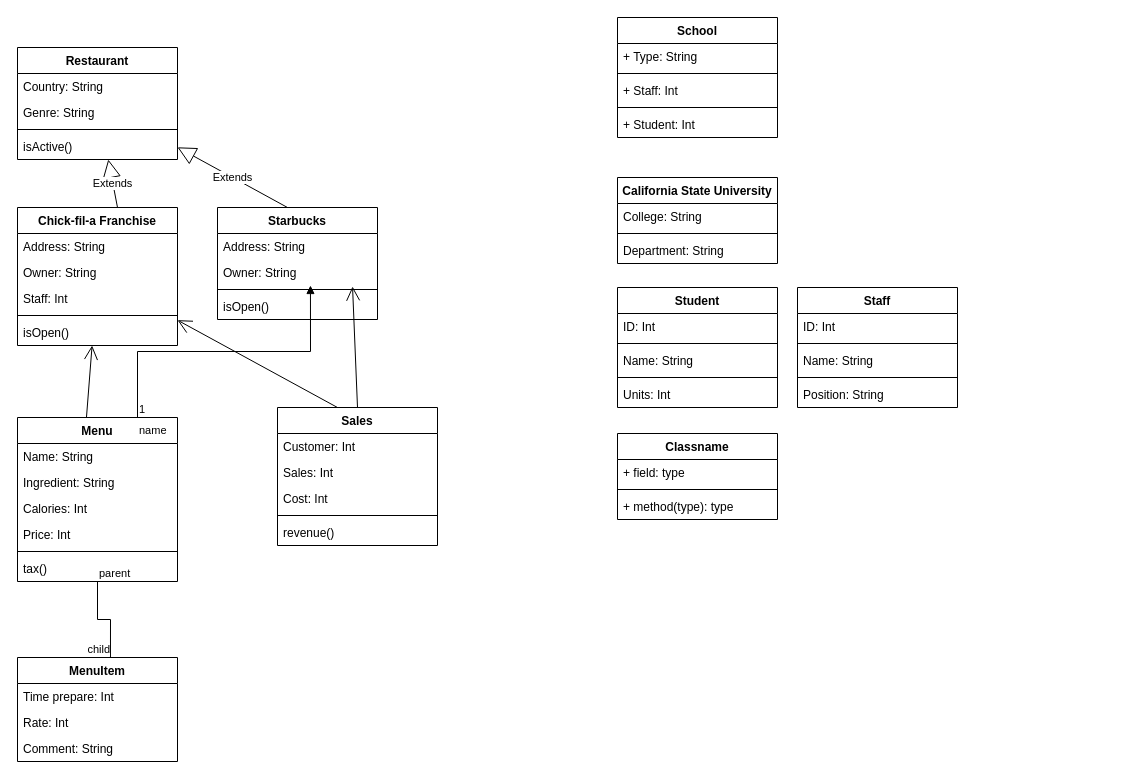
The draw.io diagram diagram/HW1diagram.drawio in ryofuj/CECS-323, before the edit. Source tidied: cells renumbered, new cells numbered last; positions are measured from the earlier drawing's top-left corner, leaving out a move shared by most shapes. Both pictures are drawn from the tidied source at 100%, with x=0, y=0 at pixel (17, 17).
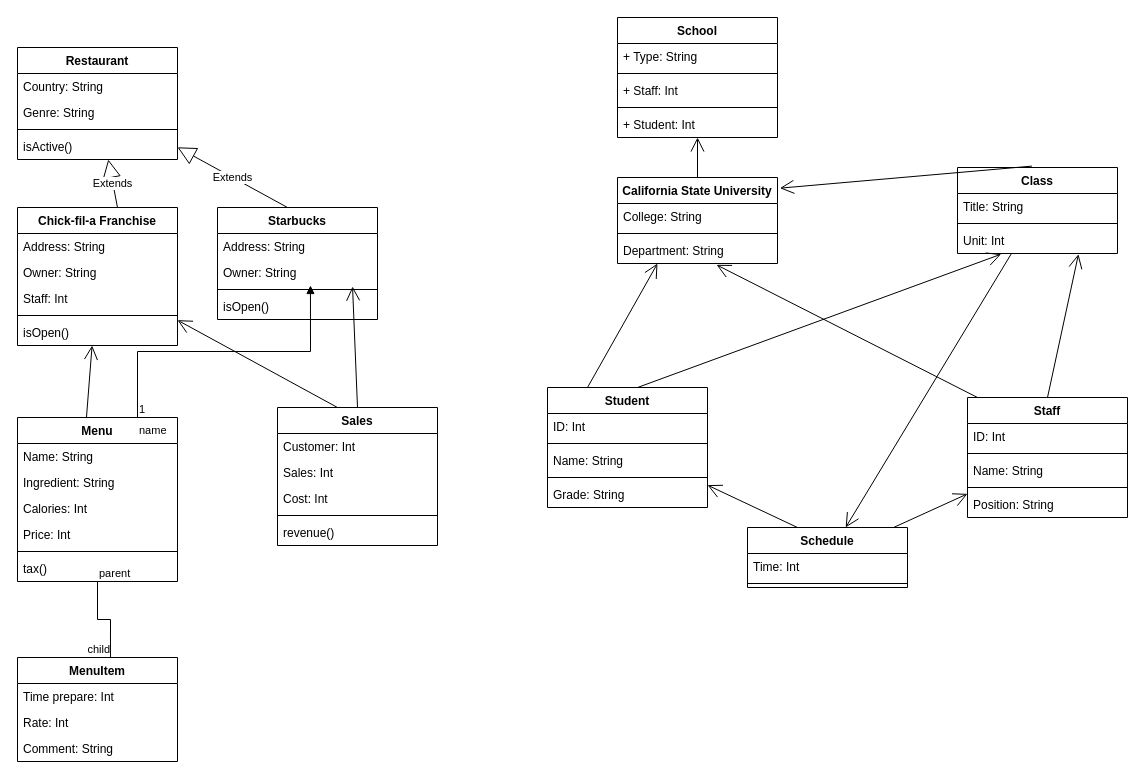
The same page after the edit.

Commit message:
school---Schedule

Unchanged cells that the change refers to:
```xml
<mxCell id="51" value="+ Student: Int" style="text;strokeColor=none;fillColor=none;align=left;verticalAlign=top;spacingLeft=4;spacingRight=4;overflow=hidden;points=[[0,0.5],[1,0.5]];portConstraint=eastwest;" parent="46" vertex="1">
  <mxGeometry y="94" width="160" height="26" as="geometry" />
</mxCell>
<mxCell id="52" value="California State University" style="swimlane;fontStyle=1;align=center;verticalAlign=top;horizontal=1;startSize=26;" parent="1" vertex="1">
  <mxGeometry x="600" y="160" width="160" height="86" as="geometry" />
</mxCell>
<mxCell id="55" value="Department: String" style="text;strokeColor=none;fillColor=none;align=left;verticalAlign=top;spacingLeft=4;spacingRight=4;overflow=hidden;points=[[0,0.5],[1,0.5]];portConstraint=eastwest;" parent="52" vertex="1">
  <mxGeometry y="60" width="160" height="26" as="geometry" />
</mxCell>
```

The edit, as a diff of the source:
```diff
@@
+    <mxCell id="72" style="endArrow=open;endFill=1;endSize=12;html=1;rounded=0;" parent="52" edge="1" target="51">
+      <mxGeometry relative="1" as="geometry">
+        <mxPoint x="80" as="sourcePoint" />
+      </mxGeometry>
+    </mxCell>
@@
     <mxCell id="56" value="Student" style="swimlane;fontStyle=1;align=center;verticalAlign=top;horizontal=1;startSize=26;" parent="1" vertex="1">
-      <mxGeometry x="600" y="270" width="160" height="120" as="geometry" />
+      <mxGeometry x="530" y="370" width="160" height="120" as="geometry" />
     </mxCell>
+    <mxCell id="73" style="endArrow=open;endFill=1;endSize=12;html=1;rounded=0;entryX=0.273;entryY=1.026;entryDx=0;entryDy=0;entryPerimeter=0;" parent="56" edge="1" target="71">
+      <mxGeometry relative="1" as="geometry">
+        <mxPoint x="90" as="sourcePoint" />
+      </mxGeometry>
+    </mxCell>
+    <mxCell id="74" style="endArrow=open;endFill=1;endSize=12;html=1;rounded=0;entryX=0.25;entryY=1;entryDx=0;entryDy=0;" parent="56" edge="1" target="52">
+      <mxGeometry relative="1" as="geometry">
+        <mxPoint x="40" as="sourcePoint" />
+      </mxGeometry>
+    </mxCell>
@@
-    <mxCell id="61" value="Units: Int" style="text;strokeColor=none;fillColor=none;align=left;verticalAlign=top;spacingLeft=4;spacingRight=4;overflow=hidden;" parent="56" vertex="1">
+    <mxCell id="61" value="Grade: String" style="text;strokeColor=none;fillColor=none;align=left;verticalAlign=top;spacingLeft=4;spacingRight=4;overflow=hidden;" parent="56" vertex="1">
       <mxGeometry y="94" width="160" height="26" as="geometry" />
     </mxCell>
     <mxCell id="62" value="Staff" style="swimlane;fontStyle=1;align=center;verticalAlign=top;horizontal=1;startSize=26;" parent="1" vertex="1">
-      <mxGeometry x="780" y="270" width="160" height="120" as="geometry" />
+      <mxGeometry x="950" y="380" width="160" height="120" as="geometry" />
     </mxCell>
+    <mxCell id="75" style="endArrow=open;endFill=1;endSize=12;html=1;rounded=0;entryX=0.756;entryY=1.026;entryDx=0;entryDy=0;entryPerimeter=0;" parent="62" edge="1" target="71">
+      <mxGeometry relative="1" as="geometry">
+        <mxPoint x="80" as="sourcePoint" />
+      </mxGeometry>
+    </mxCell>
+    <mxCell id="76" style="endArrow=open;endFill=1;endSize=12;html=1;rounded=0;entryX=0.619;entryY=1.051;entryDx=0;entryDy=0;entryPerimeter=0;" parent="62" edge="1" target="55">
+      <mxGeometry relative="1" as="geometry">
+        <mxPoint x="10" as="sourcePoint" />
+      </mxGeometry>
+    </mxCell>
@@
-    <mxCell id="68" value="Classname" style="swimlane;fontStyle=1;align=center;verticalAlign=top;horizontal=1;startSize=26;" parent="1" vertex="1">
-      <mxGeometry x="600" y="416" width="160" height="86" as="geometry" />
+    <mxCell id="68" value="Class" style="swimlane;fontStyle=1;align=center;verticalAlign=top;horizontal=1;startSize=26;" parent="1" vertex="1">
+      <mxGeometry x="940" y="150" width="160" height="86" as="geometry" />
     </mxCell>
-    <mxCell id="69" value="+ field: type" style="text;strokeColor=none;fillColor=none;align=left;verticalAlign=top;spacingLeft=4;spacingRight=4;overflow=hidden;" parent="68" vertex="1">
+    <mxCell id="69" value="Title: String" style="text;strokeColor=none;fillColor=none;align=left;verticalAlign=top;spacingLeft=4;spacingRight=4;overflow=hidden;" parent="68" vertex="1">
       <mxGeometry y="26" width="160" height="26" as="geometry" />
     </mxCell>
@@
-    <mxCell id="71" value="+ method(type): type" style="text;strokeColor=none;fillColor=none;align=left;verticalAlign=top;spacingLeft=4;spacingRight=4;overflow=hidden;points=[[0,0.5],[1,0.5]];portConstraint=eastwest;" parent="68" vertex="1">
+    <mxCell id="71" value="Unit: Int" style="text;strokeColor=none;fillColor=none;align=left;verticalAlign=top;spacingLeft=4;spacingRight=4;overflow=hidden;points=[[0,0.5],[1,0.5]];portConstraint=eastwest;" parent="68" vertex="1">
       <mxGeometry y="60" width="160" height="26" as="geometry" />
     </mxCell>
+    <mxCell id="77" style="endArrow=open;endFill=1;endSize=12;html=1;rounded=0;exitX=0.465;exitY=-0.016;exitDx=0;exitDy=0;exitPerimeter=0;entryX=1.015;entryY=0.124;entryDx=0;entryDy=0;entryPerimeter=0;" parent="1" edge="1" source="68" target="52">
+      <mxGeometry relative="1" as="geometry" />
+    </mxCell>
+    <mxCell id="78" value="Schedule" style="swimlane;fontStyle=1;align=center;verticalAlign=top;horizontal=1;startSize=26;" parent="1" vertex="1">
+      <mxGeometry x="730" y="510" width="160" height="60" as="geometry" />
+    </mxCell>
+    <mxCell id="79" style="endArrow=open;endFill=1;endSize=12;html=1;rounded=0;" parent="78" edge="1" target="56">
+      <mxGeometry relative="1" as="geometry">
+        <mxPoint x="50" as="sourcePoint" />
+      </mxGeometry>
+    </mxCell>
+    <mxCell id="80" value="Time: Int" style="text;strokeColor=none;fillColor=none;align=left;verticalAlign=top;spacingLeft=4;spacingRight=4;overflow=hidden;" parent="78" vertex="1">
+      <mxGeometry y="26" width="160" height="26" as="geometry" />
+    </mxCell>
+    <mxCell id="81" style="line;strokeWidth=1;fillColor=none;align=left;verticalAlign=middle;spacingTop=-1;spacingLeft=3;spacingRight=3;labelPosition=right;strokeColor=inherit;" parent="78" vertex="1">
+      <mxGeometry y="52" width="160" height="8" as="geometry" />
+    </mxCell>
+    <mxCell id="82" style="endArrow=open;endFill=1;endSize=12;html=1;rounded=0;" parent="1" edge="1" source="78" target="62">
+      <mxGeometry relative="1" as="geometry" />
+    </mxCell>
+    <mxCell id="83" style="endArrow=open;endFill=1;endSize=12;html=1;rounded=0;" parent="1" edge="1" source="68" target="78">
+      <mxGeometry relative="1" as="geometry" />
+    </mxCell>
```
